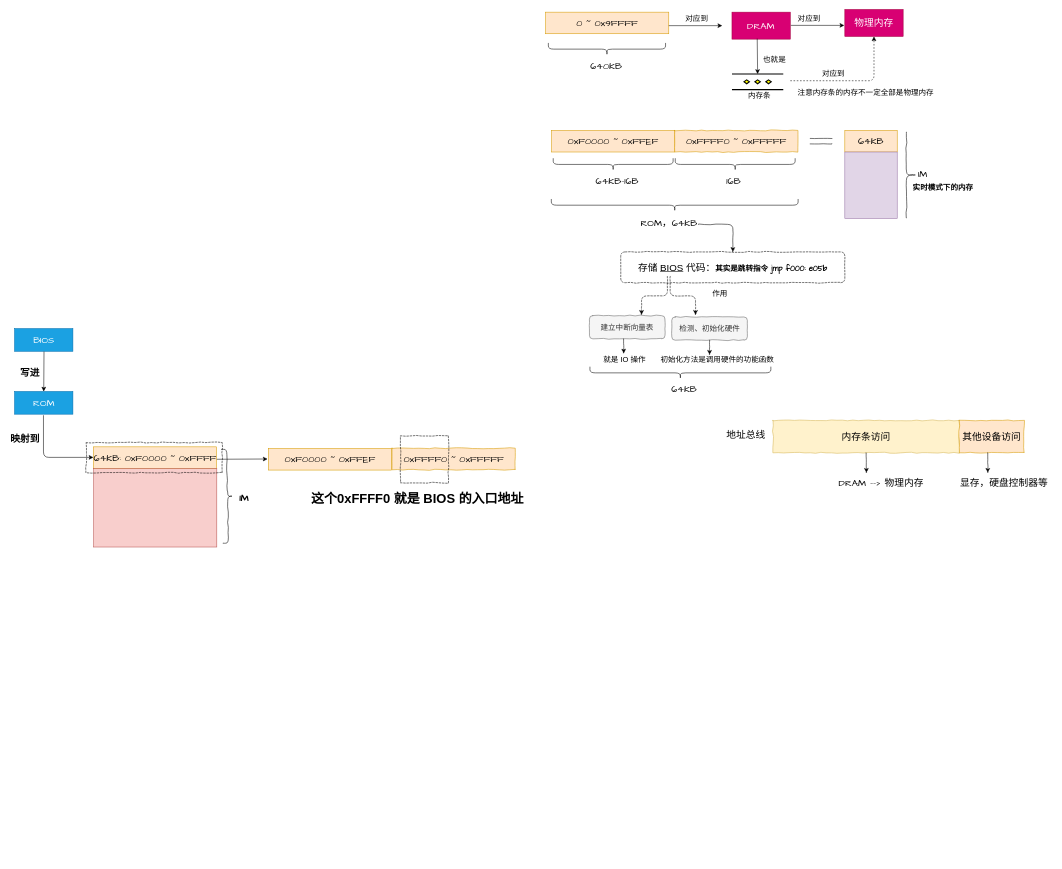
kenlin-00/kendall-cpp-view keeps this draw.io diagram as page "操作系统第2章" (1 of 7) of docs/workSpacePic/图标1.drawio. Above is the earlier version. Source tidied: cells renumbered, new cells numbered last; positions are measured from the earlier drawing's top-left corner, leaving out a move shared by most shapes. Both pictures are drawn from the tidied source at 54%, with x=0, y=0 at pixel (9, -10).
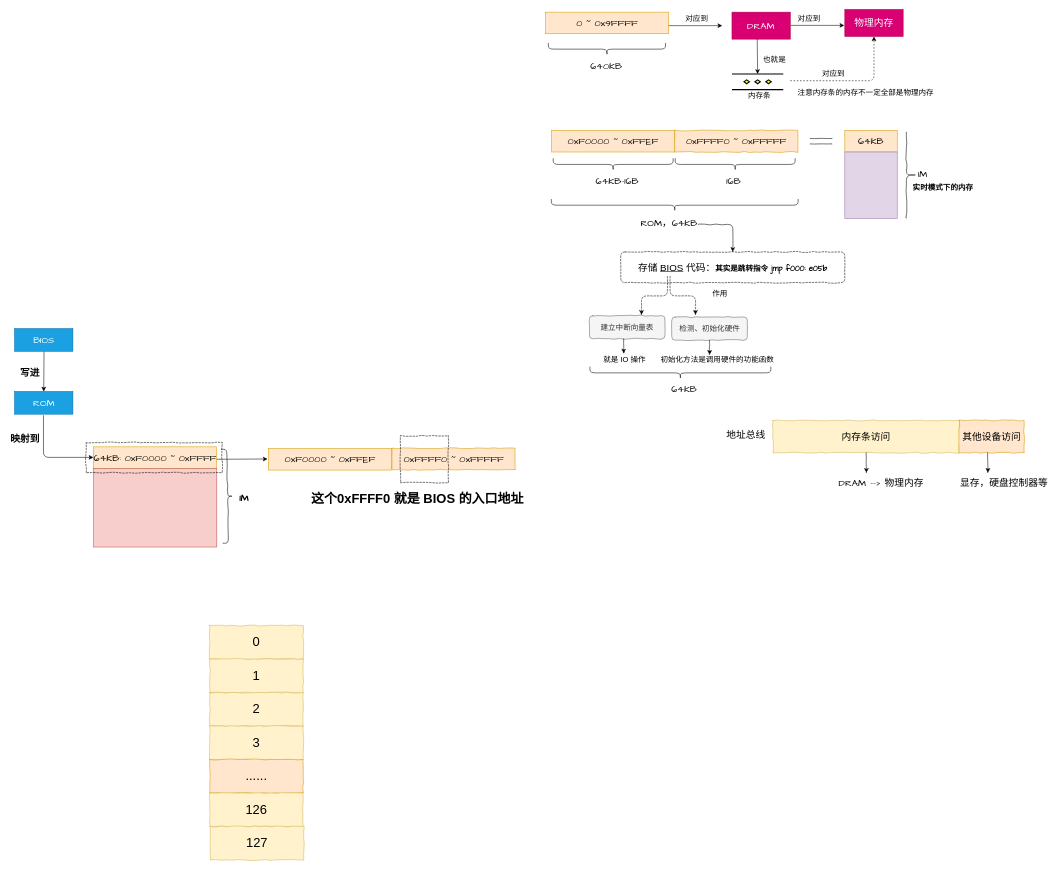
Above is the later version.

What changed in the source:
```diff
@@
+    <mxCell id="68" value="&lt;font style=&quot;font-size: 24px&quot;&gt;0&lt;/font&gt;" style="rounded=0;whiteSpace=wrap;html=1;comic=1;fillColor=#fff2cc;strokeColor=#d6b656;" parent="1" vertex="1">
+      <mxGeometry x="371" y="1176" width="173" height="62" as="geometry" />
+    </mxCell>
+    <mxCell id="69" value="&lt;font style=&quot;font-size: 24px&quot;&gt;1&lt;/font&gt;" style="rounded=0;whiteSpace=wrap;html=1;comic=1;fillColor=#fff2cc;strokeColor=#d6b656;" parent="1" vertex="1">
+      <mxGeometry x="371" y="1238" width="173" height="62" as="geometry" />
+    </mxCell>
+    <mxCell id="70" value="&lt;font style=&quot;font-size: 24px&quot;&gt;2&lt;/font&gt;" style="rounded=0;whiteSpace=wrap;html=1;comic=1;fillColor=#fff2cc;strokeColor=#d6b656;" parent="1" vertex="1">
+      <mxGeometry x="371" y="1300" width="173" height="62" as="geometry" />
+    </mxCell>
+    <mxCell id="71" value="&lt;font style=&quot;font-size: 24px&quot;&gt;3&lt;/font&gt;" style="rounded=0;whiteSpace=wrap;html=1;comic=1;fillColor=#fff2cc;strokeColor=#d6b656;" parent="1" vertex="1">
+      <mxGeometry x="371" y="1362" width="173" height="62" as="geometry" />
+    </mxCell>
+    <mxCell id="72" value="&lt;font style=&quot;font-size: 24px&quot;&gt;......&lt;/font&gt;" style="rounded=0;whiteSpace=wrap;html=1;comic=1;fillColor=#ffe6cc;strokeColor=#d79b00;" parent="1" vertex="1">
+      <mxGeometry x="371" y="1424" width="173" height="62" as="geometry" />
+    </mxCell>
+    <mxCell id="73" value="&lt;font style=&quot;font-size: 24px&quot;&gt;126&lt;/font&gt;" style="rounded=0;whiteSpace=wrap;html=1;comic=1;fillColor=#fff2cc;strokeColor=#d6b656;" parent="1" vertex="1">
+      <mxGeometry x="371" y="1486" width="173" height="62" as="geometry" />
+    </mxCell>
+    <mxCell id="74" value="&lt;font style=&quot;font-size: 24px&quot;&gt;127&lt;/font&gt;" style="rounded=0;whiteSpace=wrap;html=1;comic=1;fillColor=#fff2cc;strokeColor=#d6b656;" parent="1" vertex="1">
+      <mxGeometry x="372" y="1548" width="173" height="62" as="geometry" />
+    </mxCell>
```
